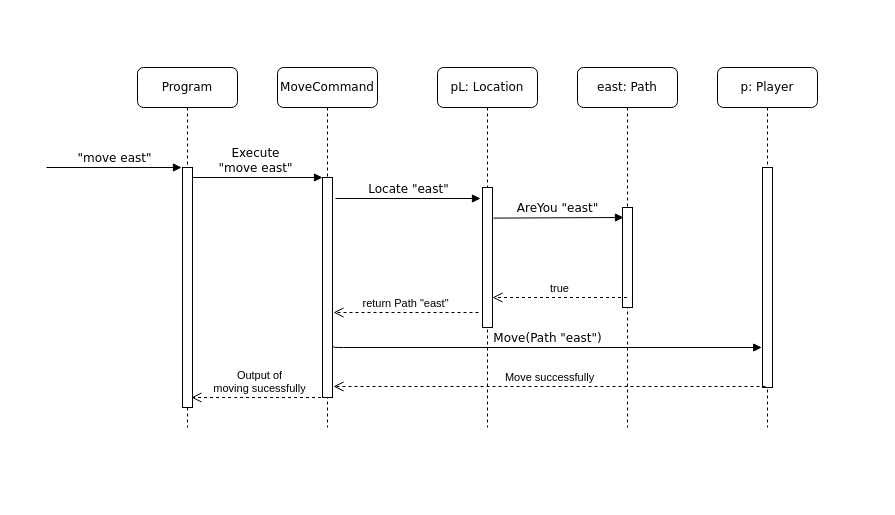
Earlier version of the draw.io diagram Portfolio/9.2C - Case Study - Iteration 7 - Paths📗/9.2C - UML Sequence Diagram for MoveCommand process.drawio (trungkiennguyen22082004/COS20007_Object_Oriented_Programming). Source tidied: cells renumbered, new cells numbered last; positions are measured from the earlier drawing's top-left corner, leaving out a move shared by most shapes. Both pictures are drawn from the tidied source at 100%, with x=0, y=0 at pixel (46, 67).
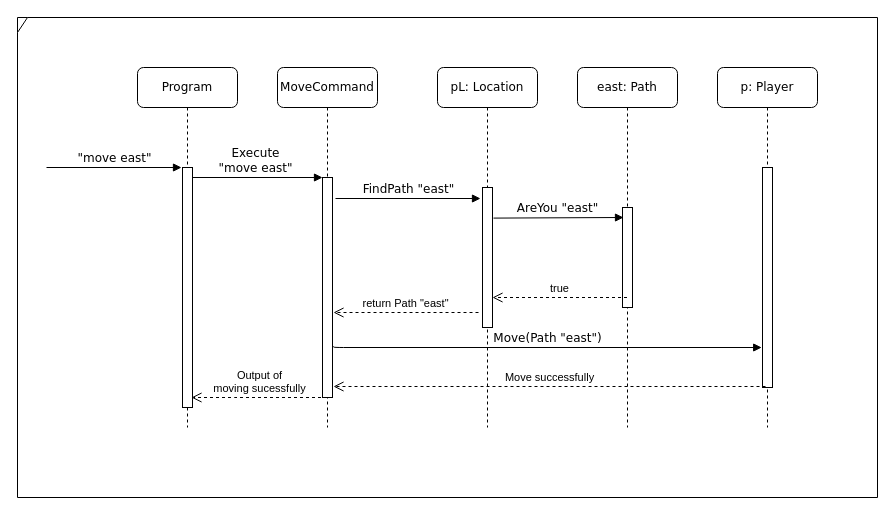
The same page after the edit.

Unchanged cells that the change refers to:
```xml
<mxCell id="6" value="pL: Location" style="shape=umlLifeline;perimeter=lifelinePerimeter;whiteSpace=wrap;html=1;rounded=1;shadow=0;comic=0;labelBackgroundColor=none;strokeWidth=1;fontFamily=Verdana;fontSize=12;align=center;" parent="1" vertex="1">
  <mxGeometry x="391" width="100" height="360" as="geometry" />
</mxCell>
```

What changed in the source:
```diff
@@
-    <mxCell id="7" value="Locate &quot;east&quot;" style="html=1;verticalAlign=bottom;endArrow=block;entryX=0;entryY=0;labelBackgroundColor=none;fontFamily=Verdana;fontSize=12;edgeStyle=elbowEdgeStyle;elbow=vertical;" parent="6" edge="1">
+    <mxCell id="7" value="FindPath &quot;east&quot;" style="html=1;verticalAlign=bottom;endArrow=block;entryX=0;entryY=0;labelBackgroundColor=none;fontFamily=Verdana;fontSize=12;edgeStyle=elbowEdgeStyle;elbow=vertical;" parent="6" edge="1">
       <mxGeometry relative="1" as="geometry">
         <mxPoint x="-102" y="131" as="sourcePoint" />
         <mxPoint x="43" y="131" as="targetPoint" />
       </mxGeometry>
     </mxCell>
@@
+    <mxCell id="21" style="shape=umlFrame;whiteSpace=wrap;html=1;width=10;height=15;" parent="1" vertex="1">
+      <mxGeometry x="-29" y="-50" width="860" height="480" as="geometry" />
+    </mxCell>
```
